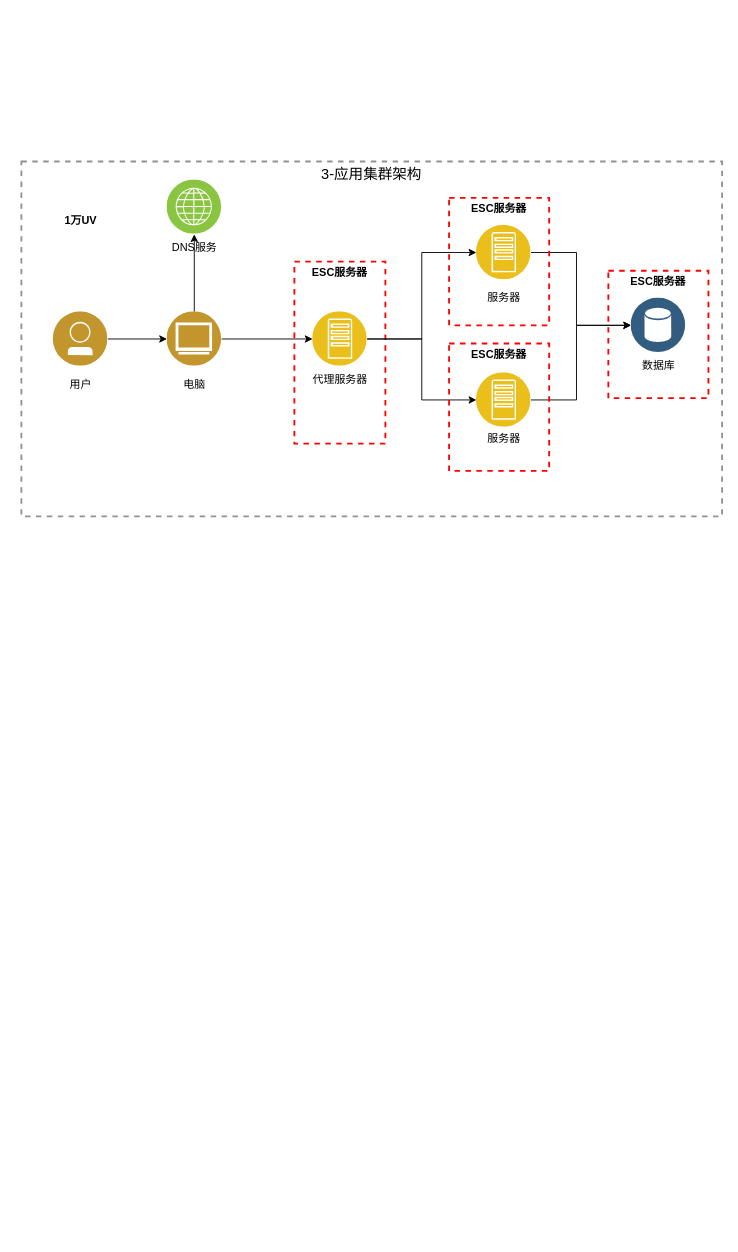
Before: 集群架构.drawio in ChengziMao/helloword, a draw.io diagram. Source tidied: cells renumbered, new cells numbered last; positions are measured from the earlier drawing's top-left corner, leaving out a move shared by most shapes. Both pictures are drawn from the tidied source at 91%, with x=0, y=0 at pixel (21, 161).
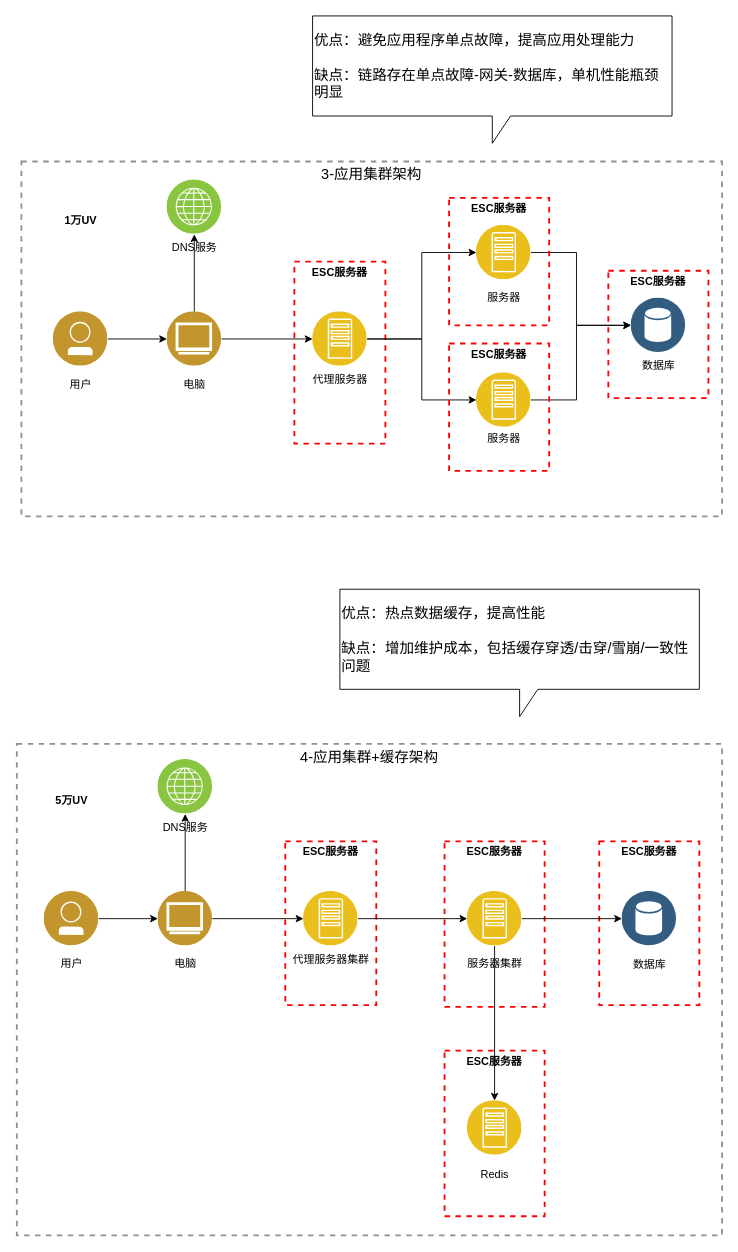
The same diagram, later.

Commit message (it also covers changes not shown here):
更新集群架构.drawio

The edit, as a diff of the source:
```diff
@@
+    <mxCell id="29" style="group;" parent="1" vertex="1">
+      <mxGeometry x="-5" y="640" width="775" height="540" as="geometry" />
+    </mxCell>
+    <mxCell id="30" value="4-应用集群+缓存架构" style="fontStyle=0;verticalAlign=top;align=center;spacingTop=-2;fillColor=none;rounded=0;whiteSpace=wrap;html=1;strokeColor=#919191;strokeWidth=2;dashed=1;fontSize=16;" parent="29" vertex="1">
+      <mxGeometry width="775" height="540" as="geometry" />
+    </mxCell>
+    <mxCell id="31" value="ESC服务器" style="fontStyle=1;verticalAlign=top;align=center;spacingTop=-2;fillColor=none;rounded=0;whiteSpace=wrap;html=1;strokeColor=#FF0000;strokeWidth=2;dashed=1;" parent="29" vertex="1">
+      <mxGeometry x="470" y="107" width="110" height="182" as="geometry" />
+    </mxCell>
+    <mxCell id="32" value="ESC服务器" style="fontStyle=1;verticalAlign=top;align=center;spacingTop=-2;fillColor=none;rounded=0;whiteSpace=wrap;html=1;strokeColor=#FF0000;strokeWidth=2;dashed=1;" parent="29" vertex="1">
+      <mxGeometry x="640" y="107" width="110" height="180" as="geometry" />
+    </mxCell>
+    <mxCell id="33" value="&lt;b&gt;ESC服务器&lt;/b&gt;" style="fontStyle=0;verticalAlign=top;align=center;spacingTop=-2;fillColor=none;rounded=0;whiteSpace=wrap;html=1;strokeColor=#FF0000;strokeWidth=2;dashed=1;" parent="29" vertex="1">
+      <mxGeometry x="295" y="107" width="100" height="180" as="geometry" />
+    </mxCell>
+    <mxCell id="34" value="5万UV" style="text;html=1;align=center;verticalAlign=middle;strokeColor=none;fillColor=none;fontStyle=1;" parent="29" vertex="1">
+      <mxGeometry x="30" y="47" width="60" height="30" as="geometry" />
+    </mxCell>
+    <mxCell id="35" style="edgeStyle=orthogonalEdgeStyle;rounded=0;jettySize=auto;html=1;" parent="29" edge="1" source="36" target="40">
+      <mxGeometry relative="1" as="geometry" />
+    </mxCell>
+    <mxCell id="36" style="image;perimeter=ellipsePerimeter;html=1;align=center;shadow=0;dashed=0;fontColor=#4277BB;labelBackgroundColor=default;fontSize=12;spacingTop=3;image=img/lib/ibm/users/user.svg;" parent="29" vertex="1">
+      <mxGeometry x="30" y="162" width="60" height="60" as="geometry" />
+    </mxCell>
+    <mxCell id="37" value="&lt;span style=&quot;font-weight: 400;&quot;&gt;用户&lt;/span&gt;" style="text;html=1;align=center;verticalAlign=middle;strokeColor=none;fillColor=none;fontStyle=1;" parent="29" vertex="1">
+      <mxGeometry x="35" y="227" width="50" height="30" as="geometry" />
+    </mxCell>
+    <mxCell id="38" style="edgeStyle=orthogonalEdgeStyle;rounded=0;jettySize=auto;html=1;" parent="29" edge="1" source="40" target="42">
+      <mxGeometry relative="1" as="geometry" />
+    </mxCell>
+    <mxCell id="39" style="edgeStyle=orthogonalEdgeStyle;rounded=0;jettySize=auto;html=1;" parent="29" edge="1" source="40" target="45">
+      <mxGeometry relative="1" as="geometry" />
+    </mxCell>
+    <mxCell id="40" style="image;perimeter=ellipsePerimeter;html=1;align=center;shadow=0;dashed=0;fontColor=#4277BB;labelBackgroundColor=default;fontSize=12;spacingTop=3;image=img/lib/ibm/users/browser.svg;" parent="29" vertex="1">
+      <mxGeometry x="155" y="162" width="60" height="60" as="geometry" />
+    </mxCell>
+    <mxCell id="41" value="&lt;span style=&quot;font-weight: 400;&quot;&gt;电脑&lt;/span&gt;" style="text;html=1;align=center;verticalAlign=middle;strokeColor=none;fillColor=none;fontStyle=1;" parent="29" vertex="1">
+      <mxGeometry x="160" y="227" width="50" height="30" as="geometry" />
+    </mxCell>
+    <mxCell id="42" style="image;perimeter=ellipsePerimeter;html=1;align=center;shadow=0;dashed=0;fontColor=#4277BB;labelBackgroundColor=default;fontSize=12;spacingTop=3;image=img/lib/ibm/infrastructure/channels.svg;" parent="29" vertex="1">
+      <mxGeometry x="155" y="17" width="60" height="60" as="geometry" />
+    </mxCell>
+    <mxCell id="43" value="&lt;span style=&quot;font-weight: 400;&quot;&gt;DNS服务&lt;/span&gt;" style="text;html=1;align=center;verticalAlign=middle;strokeColor=none;fillColor=none;fontStyle=1;" parent="29" vertex="1">
+      <mxGeometry x="150" y="77" width="70" height="30" as="geometry" />
+    </mxCell>
+    <mxCell id="44" style="edgeStyle=orthogonalEdgeStyle;rounded=0;jettySize=auto;html=1;" parent="29" edge="1" source="45" target="49">
+      <mxGeometry relative="1" as="geometry" />
+    </mxCell>
+    <mxCell id="45" style="image;perimeter=ellipsePerimeter;html=1;align=center;shadow=0;dashed=0;fontColor=#4277BB;labelBackgroundColor=default;fontSize=12;spacingTop=3;image=img/lib/ibm/applications/app_server.svg;" parent="29" vertex="1">
+      <mxGeometry x="315" y="162" width="60" height="60" as="geometry" />
+    </mxCell>
+    <mxCell id="46" value="&lt;span style=&quot;font-weight: 400;&quot;&gt;代理服务器集群&lt;/span&gt;" style="text;html=1;align=center;verticalAlign=middle;strokeColor=none;fillColor=none;fontStyle=1;" parent="29" vertex="1">
+      <mxGeometry x="290" y="222" width="110" height="30" as="geometry" />
+    </mxCell>
+    <mxCell id="47" style="edgeStyle=orthogonalEdgeStyle;rounded=0;jettySize=auto;html=1;entryX=0;entryY=0.5;entryDx=0;entryDy=0;" parent="29" edge="1" source="49" target="51">
+      <mxGeometry relative="1" as="geometry" />
+    </mxCell>
+    <mxCell id="48" style="edgeStyle=orthogonalEdgeStyle;rounded=0;jettySize=auto;html=1;" parent="29" edge="1" source="49" target="54">
+      <mxGeometry relative="1" as="geometry" />
+    </mxCell>
+    <mxCell id="49" style="image;perimeter=ellipsePerimeter;html=1;align=center;shadow=0;dashed=0;fontColor=#4277BB;labelBackgroundColor=default;fontSize=12;spacingTop=3;image=img/lib/ibm/applications/app_server.svg;" parent="29" vertex="1">
+      <mxGeometry x="495" y="162" width="60" height="60" as="geometry" />
+    </mxCell>
+    <mxCell id="50" value="&lt;span style=&quot;font-weight: 400;&quot;&gt;数据库&lt;/span&gt;" style="text;html=1;align=center;verticalAlign=middle;strokeColor=none;fillColor=none;fontStyle=1;" parent="29" vertex="1">
+      <mxGeometry x="665" y="228" width="60" height="30" as="geometry" />
+    </mxCell>
+    <mxCell id="51" style="image;perimeter=ellipsePerimeter;html=1;align=center;shadow=0;dashed=0;fontColor=#4277BB;labelBackgroundColor=default;fontSize=12;spacingTop=3;image=img/lib/ibm/data/data_services.svg;" parent="29" vertex="1">
+      <mxGeometry x="665" y="162" width="60" height="60" as="geometry" />
+    </mxCell>
+    <mxCell id="52" value="&lt;span style=&quot;font-weight: 400;&quot;&gt;服务器集群&lt;/span&gt;" style="text;html=1;align=center;verticalAlign=middle;strokeColor=none;fillColor=none;fontStyle=1;" parent="29" vertex="1">
+      <mxGeometry x="485" y="227" width="80" height="30" as="geometry" />
+    </mxCell>
+    <mxCell id="53" value="ESC服务器" style="fontStyle=1;verticalAlign=top;align=center;spacingTop=-2;fillColor=none;rounded=0;whiteSpace=wrap;html=1;strokeColor=#FF0000;strokeWidth=2;dashed=1;" parent="29" vertex="1">
+      <mxGeometry x="470" y="337" width="110" height="182" as="geometry" />
+    </mxCell>
+    <mxCell id="54" style="image;perimeter=ellipsePerimeter;html=1;align=center;shadow=0;dashed=0;fontColor=#4277BB;labelBackgroundColor=default;fontSize=12;spacingTop=3;image=img/lib/ibm/applications/app_server.svg;" parent="29" vertex="1">
+      <mxGeometry x="495" y="392" width="60" height="60" as="geometry" />
+    </mxCell>
+    <mxCell id="55" value="&lt;span style=&quot;font-weight: 400;&quot;&gt;Redis&lt;/span&gt;" style="text;html=1;align=center;verticalAlign=middle;strokeColor=none;fillColor=none;fontStyle=1;" parent="29" vertex="1">
+      <mxGeometry x="500" y="458" width="50" height="30" as="geometry" />
+    </mxCell>
+    <mxCell id="56" value="优点：避免应用程序单点故障，提高应用处理能力&lt;div&gt;&lt;br&gt;&lt;/div&gt;&lt;div&gt;缺点：链路存在单点故障-网关-数据库，单机性能瓶颈明显&lt;/div&gt;" style="shape=callout;whiteSpace=wrap;html=1;perimeter=calloutPerimeter;align=left;fontSize=16;" parent="1" vertex="1">
+      <mxGeometry x="320" y="-160" width="395" height="140" as="geometry" />
+    </mxCell>
+    <mxCell id="57" value="优点：热点数据缓存，提高性能&lt;div&gt;&lt;br&gt;&lt;/div&gt;&lt;div&gt;缺点：增加维护成本，包括缓存穿透/击穿/雪崩/一致性问题&lt;/div&gt;" style="shape=callout;whiteSpace=wrap;html=1;perimeter=calloutPerimeter;align=left;fontSize=16;" parent="1" vertex="1">
+      <mxGeometry x="350" y="470" width="395" height="140" as="geometry" />
+    </mxCell>
```
